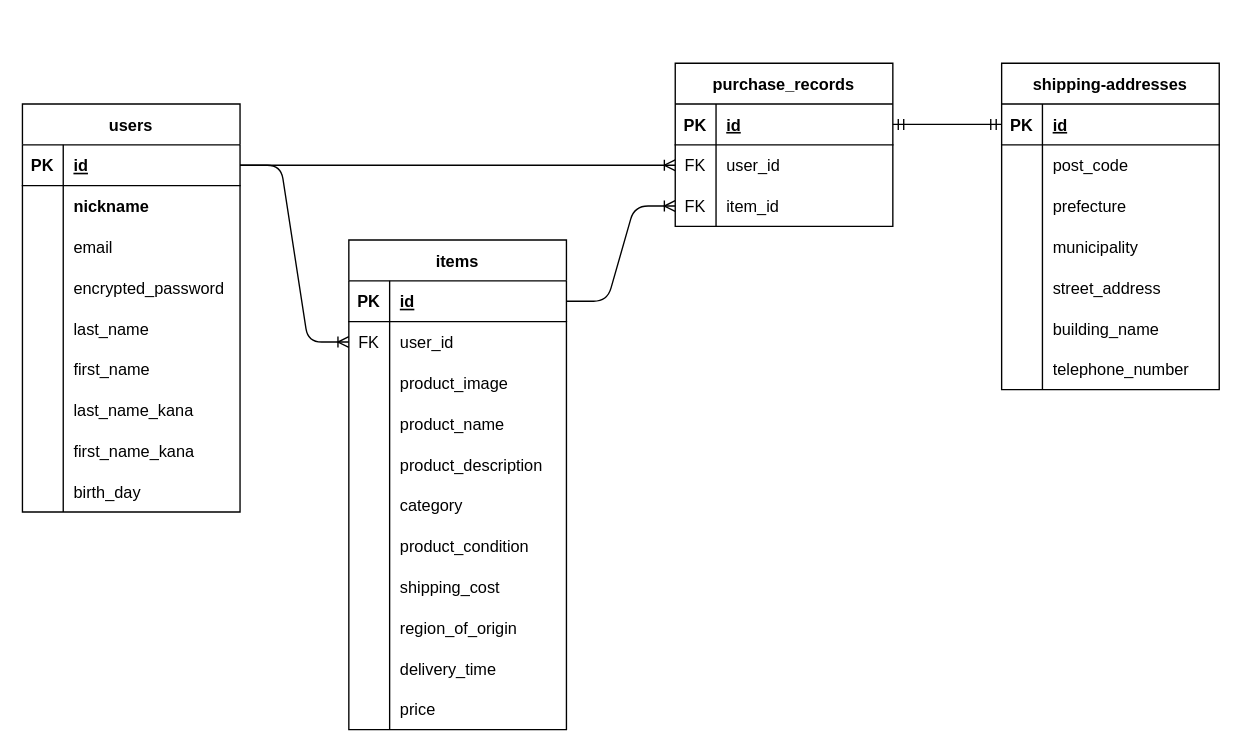
Before: app/controllers/ERD.dio in okomelove180/furima-41530, a draw.io diagram. Source tidied: cells renumbered, new cells numbered last; positions are measured from the earlier drawing's top-left corner, leaving out a move shared by most shapes. Both pictures are drawn from the tidied source at 136%, with x=0, y=0 at pixel (22, 63).
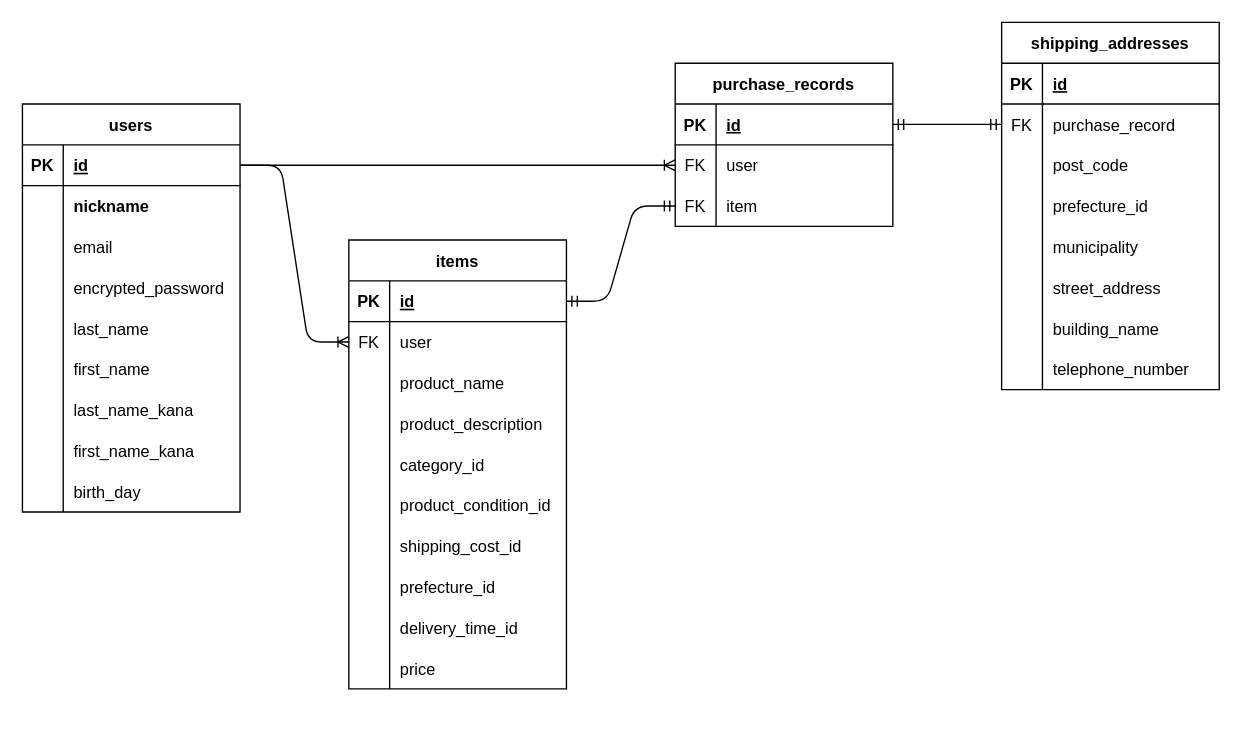
The same page after the edit.

Commit message (it also covers changes not shown here):
DB設計_ER図の作成_01

The change refers to these unchanged cells:
```xml
<mxCell id="31" style="shape=tableRow;horizontal=0;startSize=0;swimlaneHead=0;swimlaneBody=0;fillColor=none;points=[[0,0.5],[1,0.5]];portConstraint=eastwest;top=0;left=0;right=0;bottom=1;" parent="30" vertex="1">
  <mxGeometry y="30" width="160" height="30" as="geometry" />
</mxCell>
<mxCell id="34" style="shape=tableRow;horizontal=0;startSize=0;swimlaneHead=0;swimlaneBody=0;fillColor=none;points=[[0,0.5],[1,0.5]];portConstraint=eastwest;top=0;left=0;right=0;bottom=0;" parent="30" vertex="1">
  <mxGeometry y="60" width="160" height="30" as="geometry" />
</mxCell>
<mxCell id="65" style="shape=tableRow;horizontal=0;startSize=0;swimlaneHead=0;swimlaneBody=0;fillColor=none;points=[[0,0.5],[1,0.5]];portConstraint=eastwest;top=0;left=0;right=0;bottom=1;" parent="64" vertex="1">
  <mxGeometry y="30" width="160" height="30" as="geometry" />
</mxCell>
<mxCell id="87" style="shape=tableRow;horizontal=0;startSize=0;swimlaneHead=0;swimlaneBody=0;fillColor=none;points=[[0,0.5],[1,0.5]];portConstraint=eastwest;top=0;left=0;right=0;bottom=1;" parent="86" vertex="1">
  <mxGeometry y="30" width="160" height="30" as="geometry" />
</mxCell>
<mxCell id="90" style="shape=tableRow;horizontal=0;startSize=0;swimlaneHead=0;swimlaneBody=0;fillColor=none;points=[[0,0.5],[1,0.5]];portConstraint=eastwest;top=0;left=0;right=0;bottom=0;" parent="86" vertex="1">
  <mxGeometry y="60" width="160" height="30" as="geometry" />
</mxCell>
<mxCell id="93" style="shape=tableRow;horizontal=0;startSize=0;swimlaneHead=0;swimlaneBody=0;fillColor=none;points=[[0,0.5],[1,0.5]];portConstraint=eastwest;top=0;left=0;right=0;bottom=0;" parent="86" vertex="1">
  <mxGeometry y="90" width="160" height="30" as="geometry" />
</mxCell>
```

What changed in the source:
```diff
@@
     <mxCell id="30" value="items" style="shape=table;startSize=30;childLayout=tableLayout;rowLines=0;fontStyle=1;align=center;" parent="1" vertex="1">
-      <mxGeometry x="240" y="130" width="160" height="360" as="geometry" />
+      <mxGeometry x="240" y="130" width="160" height="330" as="geometry" />
     </mxCell>
@@
-    <mxCell id="36" value="user_id" style="shape=partialRectangle;fillColor=none;top=0;left=0;bottom=0;right=0;align=left;spacingLeft=6;overflow=hidden;" parent="34" vertex="1">
+    <mxCell id="36" value="user" style="shape=partialRectangle;fillColor=none;top=0;left=0;bottom=0;right=0;align=left;spacingLeft=6;overflow=hidden;" parent="34" vertex="1">
       <mxGeometry x="30" width="130" height="30" as="geometry" />
     </mxCell>
-    <mxCell id="37" style="shape=tableRow;horizontal=0;startSize=0;swimlaneHead=0;swimlaneBody=0;fillColor=none;top=0;left=0;right=0;bottom=0;" parent="30" vertex="1">
-      <mxGeometry y="90" width="160" height="30" as="geometry" />
-    </mxCell>
-    <mxCell id="38" style="shape=partialRectangle;fillColor=none;top=0;left=0;bottom=0;right=0;overflow=hidden;" parent="37" vertex="1">
-      <mxGeometry width="30" height="30" as="geometry" />
-    </mxCell>
-    <mxCell id="39" value="product_image" style="shape=partialRectangle;fillColor=none;top=0;left=0;bottom=0;right=0;align=left;spacingLeft=6;overflow=hidden;" parent="37" vertex="1">
-      <mxGeometry x="30" width="130" height="30" as="geometry" />
-    </mxCell>
     <mxCell id="40" style="shape=tableRow;horizontal=0;startSize=0;swimlaneHead=0;swimlaneBody=0;fillColor=none;top=0;left=0;right=0;bottom=0;" parent="30" vertex="1">
-      <mxGeometry y="120" width="160" height="30" as="geometry" />
+      <mxGeometry y="90" width="160" height="30" as="geometry" />
     </mxCell>
@@
     <mxCell id="43" style="shape=tableRow;horizontal=0;startSize=0;swimlaneHead=0;swimlaneBody=0;fillColor=none;top=0;left=0;right=0;bottom=0;" parent="30" vertex="1">
-      <mxGeometry y="150" width="160" height="30" as="geometry" />
+      <mxGeometry y="120" width="160" height="30" as="geometry" />
     </mxCell>
@@
     <mxCell id="46" style="shape=tableRow;horizontal=0;startSize=0;swimlaneHead=0;swimlaneBody=0;fillColor=none;top=0;left=0;right=0;bottom=0;" parent="30" vertex="1">
-      <mxGeometry y="180" width="160" height="30" as="geometry" />
+      <mxGeometry y="150" width="160" height="30" as="geometry" />
     </mxCell>
@@
-    <mxCell id="48" value="category" style="shape=partialRectangle;fillColor=none;top=0;left=0;bottom=0;right=0;align=left;spacingLeft=6;overflow=hidden;" parent="46" vertex="1">
+    <mxCell id="48" value="category_id" style="shape=partialRectangle;fillColor=none;top=0;left=0;bottom=0;right=0;align=left;spacingLeft=6;overflow=hidden;" parent="46" vertex="1">
       <mxGeometry x="30" width="130" height="30" as="geometry" />
     </mxCell>
     <mxCell id="49" style="shape=tableRow;horizontal=0;startSize=0;swimlaneHead=0;swimlaneBody=0;fillColor=none;top=0;left=0;right=0;bottom=0;" parent="30" vertex="1">
-      <mxGeometry y="210" width="160" height="30" as="geometry" />
+      <mxGeometry y="180" width="160" height="30" as="geometry" />
     </mxCell>
@@
-    <mxCell id="51" value="product_condition" style="shape=partialRectangle;fillColor=none;top=0;left=0;bottom=0;right=0;align=left;spacingLeft=6;overflow=hidden;" parent="49" vertex="1">
+    <mxCell id="51" value="product_condition_id" style="shape=partialRectangle;fillColor=none;top=0;left=0;bottom=0;right=0;align=left;spacingLeft=6;overflow=hidden;" parent="49" vertex="1">
       <mxGeometry x="30" width="130" height="30" as="geometry" />
     </mxCell>
     <mxCell id="52" style="shape=tableRow;horizontal=0;startSize=0;swimlaneHead=0;swimlaneBody=0;fillColor=none;top=0;left=0;right=0;bottom=0;" parent="30" vertex="1">
-      <mxGeometry y="240" width="160" height="30" as="geometry" />
+      <mxGeometry y="210" width="160" height="30" as="geometry" />
     </mxCell>
@@
-    <mxCell id="54" value="shipping_cost" style="shape=partialRectangle;fillColor=none;top=0;left=0;bottom=0;right=0;align=left;spacingLeft=6;overflow=hidden;" parent="52" vertex="1">
+    <mxCell id="54" value="shipping_cost_id" style="shape=partialRectangle;fillColor=none;top=0;left=0;bottom=0;right=0;align=left;spacingLeft=6;overflow=hidden;" parent="52" vertex="1">
       <mxGeometry x="30" width="130" height="30" as="geometry" />
     </mxCell>
     <mxCell id="55" style="shape=tableRow;horizontal=0;startSize=0;swimlaneHead=0;swimlaneBody=0;fillColor=none;top=0;left=0;right=0;bottom=0;" parent="30" vertex="1">
-      <mxGeometry y="270" width="160" height="30" as="geometry" />
+      <mxGeometry y="240" width="160" height="30" as="geometry" />
     </mxCell>
@@
-    <mxCell id="57" value="region_of_origin" style="shape=partialRectangle;fillColor=none;top=0;left=0;bottom=0;right=0;align=left;spacingLeft=6;overflow=hidden;" parent="55" vertex="1">
+    <mxCell id="57" value="prefecture_id" style="shape=partialRectangle;fillColor=none;top=0;left=0;bottom=0;right=0;align=left;spacingLeft=6;overflow=hidden;" parent="55" vertex="1">
       <mxGeometry x="30" width="130" height="30" as="geometry" />
     </mxCell>
     <mxCell id="58" style="shape=tableRow;horizontal=0;startSize=0;swimlaneHead=0;swimlaneBody=0;fillColor=none;top=0;left=0;right=0;bottom=0;" parent="30" vertex="1">
-      <mxGeometry y="300" width="160" height="30" as="geometry" />
+      <mxGeometry y="270" width="160" height="30" as="geometry" />
     </mxCell>
@@
-    <mxCell id="60" value="delivery_time" style="shape=partialRectangle;fillColor=none;top=0;left=0;bottom=0;right=0;align=left;spacingLeft=6;overflow=hidden;" parent="58" vertex="1">
+    <mxCell id="60" value="delivery_time_id" style="shape=partialRectangle;fillColor=none;top=0;left=0;bottom=0;right=0;align=left;spacingLeft=6;overflow=hidden;" parent="58" vertex="1">
       <mxGeometry x="30" width="130" height="30" as="geometry" />
     </mxCell>
     <mxCell id="61" style="shape=tableRow;horizontal=0;startSize=0;swimlaneHead=0;swimlaneBody=0;fillColor=none;top=0;left=0;right=0;bottom=0;" parent="30" vertex="1">
-      <mxGeometry y="330" width="160" height="30" as="geometry" />
+      <mxGeometry y="300" width="160" height="30" as="geometry" />
     </mxCell>
@@
-    <mxCell id="64" value="shipping-addresses" style="shape=table;startSize=30;childLayout=tableLayout;rowLines=0;fontStyle=1;align=center;" parent="1" vertex="1">
-      <mxGeometry x="720" width="160" height="240" as="geometry" />
+    <mxCell id="64" value="shipping_addresses" style="shape=table;startSize=30;childLayout=tableLayout;rowLines=0;fontStyle=1;align=center;" parent="1" vertex="1">
+      <mxGeometry x="720" y="-30" width="160" height="270" as="geometry" />
     </mxCell>
@@
+    <mxCell id="100" style="shape=tableRow;horizontal=0;startSize=0;swimlaneHead=0;swimlaneBody=0;fillColor=none;points=[[0,0.5],[1,0.5]];portConstraint=eastwest;top=0;left=0;right=0;bottom=0;" parent="64" vertex="1">
+      <mxGeometry y="60" width="160" height="30" as="geometry" />
+    </mxCell>
+    <mxCell id="101" value="FK" style="shape=partialRectangle;fillColor=none;top=0;left=0;bottom=0;right=0;overflow=hidden;" parent="100" vertex="1">
+      <mxGeometry width="30" height="30" as="geometry" />
+    </mxCell>
+    <mxCell id="102" value="purchase_record" style="shape=partialRectangle;fillColor=none;top=0;left=0;bottom=0;right=0;align=left;spacingLeft=6;overflow=hidden;" parent="100" vertex="1">
+      <mxGeometry x="30" width="130" height="30" as="geometry" />
+    </mxCell>
     <mxCell id="68" style="shape=tableRow;horizontal=0;startSize=0;swimlaneHead=0;swimlaneBody=0;fillColor=none;top=0;left=0;right=0;bottom=0;" parent="64" vertex="1">
-      <mxGeometry y="60" width="160" height="30" as="geometry" />
+      <mxGeometry y="90" width="160" height="30" as="geometry" />
     </mxCell>
@@
     <mxCell id="71" style="shape=tableRow;horizontal=0;startSize=0;swimlaneHead=0;swimlaneBody=0;fillColor=none;top=0;left=0;right=0;bottom=0;" parent="64" vertex="1">
-      <mxGeometry y="90" width="160" height="30" as="geometry" />
+      <mxGeometry y="120" width="160" height="30" as="geometry" />
     </mxCell>
@@
-    <mxCell id="73" value="prefecture" style="shape=partialRectangle;fillColor=none;top=0;left=0;bottom=0;right=0;align=left;spacingLeft=6;overflow=hidden;" parent="71" vertex="1">
+    <mxCell id="73" value="prefecture_id" style="shape=partialRectangle;fillColor=none;top=0;left=0;bottom=0;right=0;align=left;spacingLeft=6;overflow=hidden;" parent="71" vertex="1">
       <mxGeometry x="30" width="130" height="30" as="geometry" />
     </mxCell>
     <mxCell id="74" style="shape=tableRow;horizontal=0;startSize=0;swimlaneHead=0;swimlaneBody=0;fillColor=none;top=0;left=0;right=0;bottom=0;" parent="64" vertex="1">
-      <mxGeometry y="120" width="160" height="30" as="geometry" />
+      <mxGeometry y="150" width="160" height="30" as="geometry" />
     </mxCell>
@@
     <mxCell id="77" style="shape=tableRow;horizontal=0;startSize=0;swimlaneHead=0;swimlaneBody=0;fillColor=none;top=0;left=0;right=0;bottom=0;" parent="64" vertex="1">
-      <mxGeometry y="150" width="160" height="30" as="geometry" />
+      <mxGeometry y="180" width="160" height="30" as="geometry" />
     </mxCell>
@@
     <mxCell id="80" style="shape=tableRow;horizontal=0;startSize=0;swimlaneHead=0;swimlaneBody=0;fillColor=none;top=0;left=0;right=0;bottom=0;" parent="64" vertex="1">
-      <mxGeometry y="180" width="160" height="30" as="geometry" />
+      <mxGeometry y="210" width="160" height="30" as="geometry" />
     </mxCell>
@@
     <mxCell id="83" style="shape=tableRow;horizontal=0;startSize=0;swimlaneHead=0;swimlaneBody=0;fillColor=none;top=0;left=0;right=0;bottom=0;" parent="64" vertex="1">
-      <mxGeometry y="210" width="160" height="30" as="geometry" />
+      <mxGeometry y="240" width="160" height="30" as="geometry" />
     </mxCell>
@@
-    <mxCell id="92" value="user_id" style="shape=partialRectangle;fillColor=none;top=0;left=0;bottom=0;right=0;align=left;spacingLeft=6;overflow=hidden;" parent="90" vertex="1">
+    <mxCell id="92" value="user" style="shape=partialRectangle;fillColor=none;top=0;left=0;bottom=0;right=0;align=left;spacingLeft=6;overflow=hidden;" parent="90" vertex="1">
       <mxGeometry x="30" width="130" height="30" as="geometry" />
     </mxCell>
@@
-    <mxCell id="95" value="item_id" style="shape=partialRectangle;fillColor=none;top=0;left=0;bottom=0;right=0;align=left;spacingLeft=6;overflow=hidden;" parent="93" vertex="1">
+    <mxCell id="95" value="item" style="shape=partialRectangle;fillColor=none;top=0;left=0;bottom=0;right=0;align=left;spacingLeft=6;overflow=hidden;" parent="93" vertex="1">
       <mxGeometry x="30" width="130" height="30" as="geometry" />
     </mxCell>
@@
-    <mxCell id="97" style="edgeStyle=entityRelationEdgeStyle;fontSize=12;html=1;endArrow=ERoneToMany;exitX=1;exitY=0.5;exitDx=0;exitDy=0;" parent="1" edge="1" source="31" target="93">
-      <mxGeometry relative="1" as="geometry" />
-    </mxCell>
@@
-    <mxCell id="99" style="edgeStyle=entityRelationEdgeStyle;fontSize=12;html=1;endArrow=ERmandOne;startArrow=ERmandOne;entryX=0;entryY=0.5;entryDx=0;entryDy=0;" parent="1" edge="1" source="87" target="65">
+    <mxCell id="99" style="edgeStyle=entityRelationEdgeStyle;fontSize=12;html=1;endArrow=ERmandOne;startArrow=ERmandOne;entryX=0;entryY=0.5;entryDx=0;entryDy=0;" parent="1" edge="1" source="87" target="100">
       <mxGeometry relative="1" as="geometry" />
     </mxCell>
+    <mxCell id="97" style="edgeStyle=entityRelationEdgeStyle;fontSize=12;html=1;endArrow=ERmandOne;startArrow=ERmandOne;entryX=0;entryY=0.5;entryDx=0;entryDy=0;exitX=1;exitY=0.5;exitDx=0;exitDy=0;" parent="1" edge="1" source="31" target="93">
+      <mxGeometry relative="1" as="geometry" />
+    </mxCell>
```
